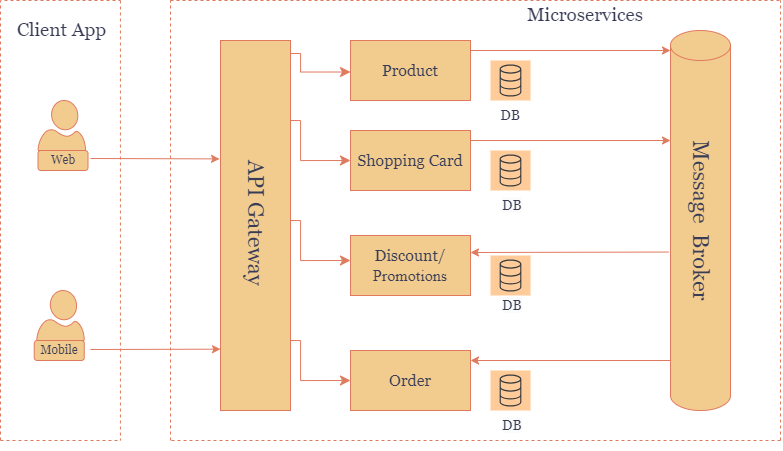
This is microservices.drawio.png from AniketNZade/microservice-Architecture, a draw.io export, as it was before one commit. Source tidied: cells renumbered, new cells last; positions are measured from the earlier drawing's top-left corner, leaving out a move shared by most shapes.
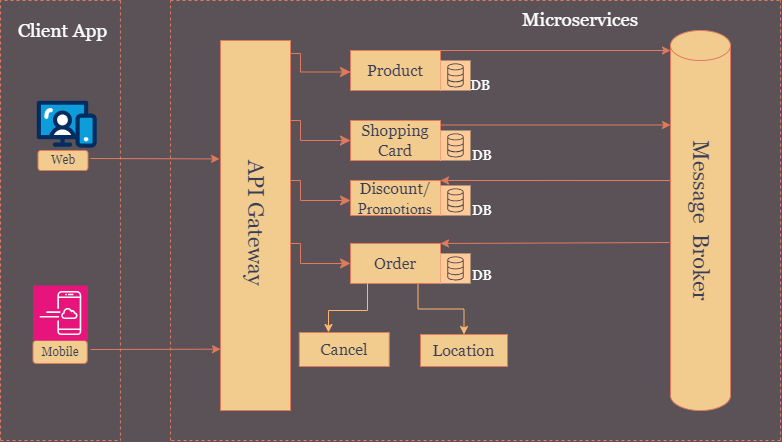
After the change.

Diff of the diagram source:
```diff
@@ -1,18 +1,12 @@
-<mxGraphModel>
+<mxGraphModel background="#5b5257">
   <root>
     <mxCell id="0" />
     <mxCell id="1" parent="0" />
-    <mxCell id="2" style="verticalLabelPosition=bottom;html=1;verticalAlign=top;align=center;shape=mxgraph.azure.user;labelBackgroundColor=none;fillColor=#F2CC8F;strokeColor=#E07A5F;fontColor=#393C56;" parent="1" vertex="1">
-      <mxGeometry x="37.5" y="100" width="47.5" height="50" as="geometry" />
-    </mxCell>
     <mxCell id="3" value="&lt;font style=&quot;&quot; face=&quot;Georgia&quot;&gt;Web&lt;/font&gt;" style="rounded=1;whiteSpace=wrap;html=1;labelBackgroundColor=none;fillColor=#F2CC8F;strokeColor=#E07A5F;fontColor=#393C56;" parent="1" vertex="1">
       <mxGeometry x="37.5" y="150" width="50" height="20" as="geometry" />
     </mxCell>
-    <mxCell id="4" style="verticalLabelPosition=bottom;html=1;verticalAlign=top;align=center;shape=mxgraph.azure.user;labelBackgroundColor=none;fillColor=#F2CC8F;strokeColor=#E07A5F;fontColor=#393C56;" parent="1" vertex="1">
-      <mxGeometry x="36.2" y="290" width="47.5" height="50" as="geometry" />
-    </mxCell>
     <mxCell id="5" value="&lt;font style=&quot;font-size: 12px;&quot; face=&quot;Georgia&quot;&gt;Mobile&lt;/font&gt;" style="rounded=1;whiteSpace=wrap;html=1;labelBackgroundColor=none;fillColor=#F2CC8F;strokeColor=#E07A5F;fontColor=#393C56;" parent="1" vertex="1">
-      <mxGeometry x="33.8" y="340" width="50" height="20" as="geometry" />
+      <mxGeometry x="32.5" y="340" width="54.2" height="23" as="geometry" />
     </mxCell>
     <mxCell id="6" style="endArrow=none;dashed=1;html=1;rounded=0;labelBackgroundColor=none;fontColor=default;strokeColor=#E07A5F;" parent="1" edge="1">
       <mxGeometry relative="1" as="geometry">
@@ -39,64 +33,48 @@
         </Array>
       </mxGeometry>
     </mxCell>
-    <mxCell id="9" value="&lt;font style=&quot;font-size: 19px;&quot; face=&quot;Georgia&quot;&gt;Client App&lt;/font&gt;" style="text;html=1;align=center;verticalAlign=middle;strokeColor=none;fillColor=none;labelBackgroundColor=none;fontColor=#393C56;" parent="1" vertex="1">
-      <mxGeometry x="6.2" y="10" width="110" height="40" as="geometry" />
+    <mxCell id="9" value="&lt;font color=&quot;#ffffff&quot; style=&quot;font-size: 19px;&quot; face=&quot;Georgia&quot;&gt;Client App&lt;/font&gt;" style="text;html=1;align=center;verticalAlign=middle;strokeColor=none;fillColor=none;labelBackgroundColor=none;fontColor=#393C56;" parent="1" vertex="1">
+      <mxGeometry x="8.2" y="13" width="107" height="35" as="geometry" />
     </mxCell>
     <mxCell id="10" style="rounded=0;whiteSpace=wrap;html=1;direction=north;labelBackgroundColor=none;fillColor=#F2CC8F;strokeColor=#E07A5F;fontColor=#393C56;" parent="1" vertex="1">
       <mxGeometry x="220" y="40" width="70" height="370" as="geometry" />
     </mxCell>
     <mxCell id="11" value="&lt;font face=&quot;Georgia&quot; style=&quot;font-size: 16px;&quot;&gt;Discount/&lt;/font&gt;&lt;div style=&quot;font-size: 16px;&quot;&gt;&lt;font face=&quot;UguuZyO0MvP-JwuZQBYQ&quot; style=&quot;font-size: 16px;&quot;&gt;Promotions&lt;/font&gt;&lt;/div&gt;" style="rounded=0;whiteSpace=wrap;html=1;labelBackgroundColor=none;fillColor=#F2CC8F;strokeColor=#E07A5F;fontColor=#393C56;" parent="1" vertex="1">
-      <mxGeometry x="350" y="235" width="120" height="60" as="geometry" />
+      <mxGeometry x="350" y="180" width="90" height="35" as="geometry" />
     </mxCell>
     <mxCell id="12" value="&lt;font style=&quot;font-size: 16px;&quot; face=&quot;Georgia&quot;&gt;Shopping Card&lt;/font&gt;" style="rounded=0;whiteSpace=wrap;html=1;labelBackgroundColor=none;fillColor=#F2CC8F;strokeColor=#E07A5F;fontColor=#393C56;" parent="1" vertex="1">
-      <mxGeometry x="350" y="130" width="120" height="60" as="geometry" />
+      <mxGeometry x="350" y="120" width="90" height="40" as="geometry" />
     </mxCell>
     <mxCell id="13" value="&lt;font style=&quot;font-size: 16px;&quot; face=&quot;Georgia&quot;&gt;Product&lt;/font&gt;" style="rounded=0;whiteSpace=wrap;html=1;labelBackgroundColor=none;fillColor=#F2CC8F;strokeColor=#E07A5F;fontColor=#393C56;" parent="1" vertex="1">
-      <mxGeometry x="350" y="40" width="120" height="60" as="geometry" />
+      <mxGeometry x="350" y="50" width="90" height="40" as="geometry" />
     </mxCell>
+    <mxCell id="44" style="edgeStyle=orthogonalEdgeStyle;rounded=0;jettySize=auto;html=1;exitX=0.75;exitY=1;exitDx=0;exitDy=0;entryX=0.5;entryY=0;entryDx=0;entryDy=0;fillColor=#FFB570;strokeColor=#FFB570;" parent="1" edge="1" source="14" target="46">
+      <mxGeometry relative="1" as="geometry" />
+    </mxCell>
     <mxCell id="14" value="&lt;font style=&quot;font-size: 16px;&quot; face=&quot;Georgia&quot;&gt;Order&lt;/font&gt;" style="rounded=0;whiteSpace=wrap;html=1;labelBackgroundColor=none;fillColor=#F2CC8F;strokeColor=#E07A5F;fontColor=#393C56;" parent="1" vertex="1">
-      <mxGeometry x="350" y="350" width="120" height="60" as="geometry" />
+      <mxGeometry x="350" y="243" width="90" height="40" as="geometry" />
     </mxCell>
-    <mxCell id="15" style="edgeStyle=segmentEdgeStyle;endArrow=classic;html=1;curved=0;rounded=0;endSize=8;startSize=8;sourcePerimeterSpacing=0;targetPerimeterSpacing=0;strokeColor=#E07A5F;fontColor=#393C56;fillColor=#F2CC8F;" parent="1" edge="1">
-      <mxGeometry relative="1" as="geometry">
-        <mxPoint x="290" y="340" as="sourcePoint" />
-        <mxPoint x="350" y="380" as="targetPoint" />
-        <Array as="points">
-          <mxPoint x="300" y="380" />
-        </Array>
-      </mxGeometry>
-    </mxCell>
-    <mxCell id="16" style="edgeStyle=segmentEdgeStyle;endArrow=classic;html=1;curved=0;rounded=0;endSize=8;startSize=8;sourcePerimeterSpacing=0;targetPerimeterSpacing=0;strokeColor=#E07A5F;fontColor=#393C56;fillColor=#F2CC8F;" parent="1" edge="1">
-      <mxGeometry relative="1" as="geometry">
-        <mxPoint x="290" y="120" as="sourcePoint" />
-        <mxPoint x="350" y="160" as="targetPoint" />
-        <Array as="points">
-          <mxPoint x="300" y="120" />
-          <mxPoint x="300" y="160" />
-        </Array>
-      </mxGeometry>
-    </mxCell>
     <mxCell id="17" style="edgeStyle=segmentEdgeStyle;endArrow=classic;html=1;curved=0;rounded=0;endSize=8;startSize=8;sourcePerimeterSpacing=0;targetPerimeterSpacing=0;strokeColor=#E07A5F;fontColor=#393C56;fillColor=#F2CC8F;" parent="1" edge="1">
       <mxGeometry relative="1" as="geometry">
-        <mxPoint x="290" y="220" as="sourcePoint" />
-        <mxPoint x="350" y="260" as="targetPoint" />
+        <mxPoint x="290" y="120" as="sourcePoint" />
+        <mxPoint x="350" y="140" as="targetPoint" />
         <Array as="points">
-          <mxPoint x="300" y="220" />
-          <mxPoint x="300" y="260" />
+          <mxPoint x="300" y="120" />
+          <mxPoint x="300" y="140" />
         </Array>
       </mxGeometry>
     </mxCell>
     <mxCell id="18" style="sketch=0;fillColor=#ffcc99;strokeColor=#36393d;dashed=0;verticalLabelPosition=bottom;verticalAlign=top;align=center;html=1;fontSize=12;fontStyle=0;shape=mxgraph.aws4.resourceIcon;resIcon=mxgraph.aws4.database;" parent="1" vertex="1">
-      <mxGeometry x="490" y="60" width="40" height="40" as="geometry" />
+      <mxGeometry x="440" y="60" width="30" height="30" as="geometry" />
     </mxCell>
     <mxCell id="19" style="sketch=0;fillColor=#ffcc99;strokeColor=#36393d;dashed=0;verticalLabelPosition=bottom;verticalAlign=top;align=center;html=1;fontSize=12;fontStyle=0;shape=mxgraph.aws4.resourceIcon;resIcon=mxgraph.aws4.database;" parent="1" vertex="1">
-      <mxGeometry x="490" y="150" width="40" height="40" as="geometry" />
+      <mxGeometry x="440" y="130" width="30" height="30" as="geometry" />
     </mxCell>
     <mxCell id="20" style="sketch=0;fillColor=#ffcc99;strokeColor=#36393d;dashed=0;verticalLabelPosition=bottom;verticalAlign=top;align=center;html=1;fontSize=12;fontStyle=0;shape=mxgraph.aws4.resourceIcon;resIcon=mxgraph.aws4.database;" parent="1" vertex="1">
-      <mxGeometry x="490" y="255" width="40" height="40" as="geometry" />
+      <mxGeometry x="440" y="253" width="30" height="30" as="geometry" />
     </mxCell>
     <mxCell id="21" style="sketch=0;points=[[0,0,0],[0.25,0,0],[0.5,0,0],[0.75,0,0],[1,0,0],[0,1,0],[0.25,1,0],[0.5,1,0],[0.75,1,0],[1,1,0],[0,0.25,0],[0,0.5,0],[0,0.75,0],[1,0.25,0],[1,0.5,0],[1,0.75,0]];outlineConnect=0;fillColor=#ffcc99;strokeColor=#36393d;dashed=0;verticalLabelPosition=bottom;verticalAlign=top;align=center;html=1;fontSize=12;fontStyle=0;shape=mxgraph.aws4.resourceIcon;resIcon=mxgraph.aws4.database;" parent="1" vertex="1">
-      <mxGeometry x="490" y="370" width="40" height="40" as="geometry" />
+      <mxGeometry x="440" y="185" width="30" height="30" as="geometry" />
     </mxCell>
     <mxCell id="22" style="edgeStyle=orthogonalEdgeStyle;rounded=0;orthogonalLoop=1;jettySize=auto;html=1;exitX=0.5;exitY=1;exitDx=0;exitDy=0;exitPerimeter=0;strokeColor=#E07A5F;fontColor=#393C56;fillColor=#F2CC8F;" parent="1" edge="1" source="21" target="21">
       <mxGeometry relative="1" as="geometry" />
@@ -125,16 +103,16 @@
     <mxCell id="27" value="&lt;font face=&quot;Georgia&quot; style=&quot;font-size: 22px;&quot;&gt;Message&amp;nbsp; Broker&lt;/font&gt;" style="text;strokeColor=none;align=center;fillColor=none;html=1;verticalAlign=middle;whiteSpace=wrap;rounded=0;fontColor=#393C56;rotation=90;" parent="1" vertex="1">
       <mxGeometry x="602.5" y="197" width="195" height="45.9" as="geometry" />
     </mxCell>
-    <mxCell id="28" style="edgeStyle=none;orthogonalLoop=1;jettySize=auto;html=1;rounded=0;strokeColor=#E07A5F;fontColor=#393C56;fillColor=#F2CC8F;" parent="1" edge="1">
+    <mxCell id="28" style="edgeStyle=none;orthogonalLoop=1;jettySize=auto;html=1;rounded=0;strokeColor=#E07A5F;fontColor=#393C56;fillColor=#F2CC8F;exitX=1;exitY=0;exitDx=0;exitDy=0;" parent="1" edge="1">
       <mxGeometry relative="1" as="geometry">
-        <mxPoint x="470" y="50" as="sourcePoint" />
+        <mxPoint x="440" y="50" as="sourcePoint" />
         <mxPoint x="670" y="50" as="targetPoint" />
       </mxGeometry>
     </mxCell>
     <mxCell id="29" style="edgeStyle=none;orthogonalLoop=1;jettySize=auto;html=1;rounded=0;strokeColor=#E07A5F;fontColor=#393C56;fillColor=#F2CC8F;" parent="1" edge="1">
       <mxGeometry relative="1" as="geometry">
-        <mxPoint x="470" y="140" as="sourcePoint" />
-        <mxPoint x="670" y="140" as="targetPoint" />
+        <mxPoint x="440" y="124.5" as="sourcePoint" />
+        <mxPoint x="670" y="124.5" as="targetPoint" />
       </mxGeometry>
     </mxCell>
     <mxCell id="30" style="endArrow=none;dashed=1;html=1;rounded=0;strokeColor=#E07A5F;fontColor=#393C56;fillColor=#F2CC8F;" parent="1" edge="1">
@@ -167,26 +145,22 @@
     <mxCell id="34" value="&lt;font style=&quot;font-size: 22px;&quot; face=&quot;Georgia&quot;&gt;&amp;nbsp; &amp;nbsp; API Gateway&lt;/font&gt;" style="text;strokeColor=none;align=center;fillColor=none;html=1;verticalAlign=middle;whiteSpace=wrap;rounded=0;fontColor=#393C56;rotation=90;" parent="1" vertex="1">
       <mxGeometry x="121.2" y="189.4" width="267.5" height="45.6" as="geometry" />
     </mxCell>
-    <mxCell id="35" value="&lt;font style=&quot;font-size: 19px;&quot; face=&quot;Georgia&quot;&gt;Microservices&lt;/font&gt;" style="text;strokeColor=none;align=center;fillColor=none;html=1;verticalAlign=middle;whiteSpace=wrap;rounded=0;fontColor=#393C56;" parent="1" vertex="1">
-      <mxGeometry x="490" width="190" height="30" as="geometry" />
+    <mxCell id="35" value="&lt;font color=&quot;#ffffff&quot; face=&quot;Georgia&quot;&gt;&lt;span style=&quot;font-size: 19px;&quot;&gt;Microservices&lt;/span&gt;&lt;/font&gt;" style="text;strokeColor=none;align=center;fillColor=none;html=1;verticalAlign=middle;whiteSpace=wrap;rounded=0;fontColor=#393C56;" parent="1" vertex="1">
+      <mxGeometry x="485" y="5" width="190" height="30" as="geometry" />
     </mxCell>
-    <mxCell id="36" style="edgeStyle=none;orthogonalLoop=1;jettySize=auto;html=1;rounded=0;strokeColor=#E07A5F;fontColor=#393C56;fillColor=#F2CC8F;" parent="1" edge="1">
+    <mxCell id="36" style="edgeStyle=none;jettySize=auto;html=1;rounded=0;strokeColor=#E07A5F;fontColor=#393C56;fillColor=#F2CC8F;exitX=-0.017;exitY=0.558;exitDx=0;exitDy=0;exitPerimeter=0;" parent="1" edge="1" source="26">
       <mxGeometry relative="1" as="geometry">
-        <mxPoint x="670" y="360" as="sourcePoint" />
-        <mxPoint x="470" y="360" as="targetPoint" />
+        <mxPoint x="440" y="243" as="targetPoint" />
       </mxGeometry>
     </mxCell>
-    <mxCell id="37" value="&lt;font style=&quot;font-size: 14px;&quot; face=&quot;Georgia&quot;&gt;DB&lt;/font&gt;" style="text;strokeColor=none;align=center;fillColor=none;html=1;verticalAlign=middle;whiteSpace=wrap;rounded=0;fontColor=#393C56;" parent="1" vertex="1">
-      <mxGeometry x="480" y="100" width="60" height="30" as="geometry" />
+    <mxCell id="37" value="&lt;font color=&quot;#ffffff&quot; style=&quot;font-size: 14px;&quot; face=&quot;Georgia&quot;&gt;DB&lt;/font&gt;" style="text;strokeColor=none;align=center;fillColor=none;html=1;verticalAlign=middle;whiteSpace=wrap;rounded=0;fontColor=#393C56;" parent="1" vertex="1">
+      <mxGeometry x="450" y="70" width="60" height="30" as="geometry" />
     </mxCell>
-    <mxCell id="38" value="&lt;span style=&quot;color: rgb(57, 60, 86); font-family: Georgia; font-size: 14px; font-style: normal; font-variant-ligatures: normal; font-variant-caps: normal; font-weight: 400; letter-spacing: normal; orphans: 2; text-align: center; text-indent: 0px; text-transform: none; widows: 2; word-spacing: 0px; -webkit-text-stroke-width: 0px; white-space: normal; background-color: rgb(251, 251, 251); text-decoration-thickness: initial; text-decoration-style: initial; text-decoration-color: initial; display: inline !important; float: none;&quot;&gt;DB&lt;/span&gt;" style="text;whiteSpace=wrap;html=1;fontColor=#393C56;" parent="1" vertex="1">
-      <mxGeometry x="500" y="190" width="50" height="40" as="geometry" />
-    </mxCell>
-    <mxCell id="39" value="&lt;span style=&quot;color: rgb(57, 60, 86); font-family: Georgia; font-size: 14px; font-style: normal; font-variant-ligatures: normal; font-variant-caps: normal; font-weight: 400; letter-spacing: normal; orphans: 2; text-align: center; text-indent: 0px; text-transform: none; widows: 2; word-spacing: 0px; -webkit-text-stroke-width: 0px; white-space: normal; background-color: rgb(251, 251, 251); text-decoration-thickness: initial; text-decoration-style: initial; text-decoration-color: initial; display: inline !important; float: none;&quot;&gt;DB&lt;/span&gt;" style="text;whiteSpace=wrap;html=1;fontColor=#393C56;" parent="1" vertex="1">
-      <mxGeometry x="500" y="290" width="50" height="40" as="geometry" />
+    <mxCell id="39" value="&lt;div style=&quot;text-align: center;&quot;&gt;&lt;span style=&quot;background-color: initial; font-size: 14px;&quot;&gt;&lt;font color=&quot;#ffffff&quot; face=&quot;Georgia&quot;&gt;DB&lt;/font&gt;&lt;/span&gt;&lt;/div&gt;" style="text;whiteSpace=wrap;html=1;fontColor=#393C56;" parent="1" vertex="1">
+      <mxGeometry x="470" y="195" width="50" height="40" as="geometry" />
     </mxCell>
-    <mxCell id="40" value="&lt;span style=&quot;color: rgb(57, 60, 86); font-family: Georgia; font-size: 14px; font-style: normal; font-variant-ligatures: normal; font-variant-caps: normal; font-weight: 400; letter-spacing: normal; orphans: 2; text-align: center; text-indent: 0px; text-transform: none; widows: 2; word-spacing: 0px; -webkit-text-stroke-width: 0px; white-space: normal; background-color: rgb(251, 251, 251); text-decoration-thickness: initial; text-decoration-style: initial; text-decoration-color: initial; display: inline !important; float: none;&quot;&gt;DB&lt;/span&gt;" style="text;whiteSpace=wrap;html=1;fontColor=#393C56;" parent="1" vertex="1">
-      <mxGeometry x="500" y="410" width="50" height="40" as="geometry" />
+    <mxCell id="40" value="&lt;div style=&quot;text-align: center;&quot;&gt;&lt;span style=&quot;background-color: initial; font-size: 14px;&quot;&gt;&lt;font color=&quot;#ffffff&quot; face=&quot;Georgia&quot;&gt;DB&lt;/font&gt;&lt;/span&gt;&lt;/div&gt;" style="text;whiteSpace=wrap;html=1;fontColor=#393C56;" parent="1" vertex="1">
+      <mxGeometry x="470" y="260" width="50" height="40" as="geometry" />
     </mxCell>
     <mxCell id="41" style="edgeStyle=none;jettySize=auto;html=1;rounded=0;strokeColor=#E07A5F;fontColor=#393C56;fillColor=#F2CC8F;entryX=0.68;entryY=-0.014;entryDx=0;entryDy=0;entryPerimeter=0;" parent="1" edge="1" target="10">
       <mxGeometry relative="1" as="geometry">
@@ -199,10 +173,53 @@
         <mxPoint x="220" y="348.7" as="targetPoint" />
       </mxGeometry>
     </mxCell>
-    <mxCell id="43" style="endArrow=classic;html=1;rounded=0;strokeColor=#E07A5F;fontColor=#393C56;fillColor=#F2CC8F;exitX=-0.028;exitY=0.583;exitDx=0;exitDy=0;exitPerimeter=0;" parent="1" edge="1" source="26">
+    <mxCell id="43" style="endArrow=classic;html=1;rounded=0;strokeColor=#E07A5F;fontColor=#393C56;fillColor=#F2CC8F;exitX=0.295;exitY=1.153;exitDx=0;exitDy=0;exitPerimeter=0;" parent="1" edge="1" source="27">
       <mxGeometry relative="1" as="geometry">
-        <mxPoint x="470" y="252" as="targetPoint" />
+        <mxPoint x="440" y="180" as="targetPoint" />
       </mxGeometry>
     </mxCell>
+    <mxCell id="45" value="&lt;font face=&quot;Georgia&quot; style=&quot;font-size: 16px;&quot;&gt;Cancel&lt;/font&gt;" style="whiteSpace=wrap;html=1;fillColor=#F2CC8F;strokeColor=#E07A5F;fontColor=#393C56;rounded=0;labelBackgroundColor=none;" parent="1" vertex="1">
+      <mxGeometry x="298.8" y="332" width="90" height="34" as="geometry" />
+    </mxCell>
+    <mxCell id="46" value="&lt;span style=&quot;font-size: 16px;&quot;&gt;&lt;font face=&quot;Georgia&quot;&gt;Location&lt;/font&gt;&lt;/span&gt;" style="whiteSpace=wrap;html=1;fillColor=#F2CC8F;strokeColor=#E07A5F;fontColor=#393C56;rounded=0;labelBackgroundColor=none;" parent="1" vertex="1">
+      <mxGeometry x="420" y="334" width="87" height="32" as="geometry" />
+    </mxCell>
+    <mxCell id="47" style="edgeStyle=segmentEdgeStyle;endArrow=classic;html=1;curved=0;rounded=0;endSize=8;startSize=8;sourcePerimeterSpacing=0;targetPerimeterSpacing=0;strokeColor=#E07A5F;fontColor=#393C56;fillColor=#F2CC8F;" parent="1" edge="1">
+      <mxGeometry relative="1" as="geometry">
+        <mxPoint x="290" y="180" as="sourcePoint" />
+        <mxPoint x="350" y="200" as="targetPoint" />
+        <Array as="points">
+          <mxPoint x="300" y="180" />
+          <mxPoint x="300" y="200" />
+        </Array>
+      </mxGeometry>
+    </mxCell>
+    <mxCell id="48" style="edgeStyle=segmentEdgeStyle;endArrow=classic;html=1;curved=0;rounded=0;endSize=8;startSize=8;sourcePerimeterSpacing=0;targetPerimeterSpacing=0;strokeColor=#E07A5F;fontColor=#393C56;fillColor=#F2CC8F;" parent="1" edge="1">
+      <mxGeometry relative="1" as="geometry">
+        <mxPoint x="290" y="243" as="sourcePoint" />
+        <mxPoint x="350" y="263" as="targetPoint" />
+        <Array as="points">
+          <mxPoint x="300" y="243" />
+          <mxPoint x="300" y="263" />
+        </Array>
+      </mxGeometry>
+    </mxCell>
+    <mxCell id="38" value="&lt;div style=&quot;text-align: center;&quot;&gt;&lt;font color=&quot;#ffffff&quot; face=&quot;Georgia&quot;&gt;&lt;span style=&quot;font-size: 14px;&quot;&gt;DB&lt;/span&gt;&lt;/font&gt;&lt;/div&gt;" style="text;whiteSpace=wrap;html=1;fontColor=#393C56;" parent="1" vertex="1">
+      <mxGeometry x="470" y="140" width="50" height="40" as="geometry" />
+    </mxCell>
+    <mxCell id="49" style="endArrow=classic;html=1;rounded=0;exitX=0.189;exitY=1.001;exitDx=0;exitDy=0;exitPerimeter=0;entryX=0.325;entryY=0;entryDx=0;entryDy=0;strokeColor=#FFB570;entryPerimeter=0;" parent="1" edge="1" source="14" target="45">
+      <mxGeometry relative="1" as="geometry">
+        <Array as="points">
+          <mxPoint x="367" y="310" />
+          <mxPoint x="328" y="310" />
+        </Array>
+      </mxGeometry>
+    </mxCell>
+    <mxCell id="50" style="verticalLabelPosition=bottom;html=1;shape=mxgraph.salesforce.web;" parent="1" vertex="1">
+      <mxGeometry x="36.2" y="100" width="60" height="47.4" as="geometry" />
+    </mxCell>
+    <mxCell id="51" style="sketch=0;fontColor=#232F3E;fillColor=#E7157B;strokeColor=#ffffff;dashed=0;verticalLabelPosition=bottom;verticalAlign=top;align=center;html=1;fontSize=12;fontStyle=0;shape=mxgraph.aws4.resourceIcon;resIcon=mxgraph.aws4.mobile_application;" parent="1" vertex="1">
+      <mxGeometry x="32.5" y="285" width="55" height="55" as="geometry" />
+    </mxCell>
   </root>
 </mxGraphModel>
```
